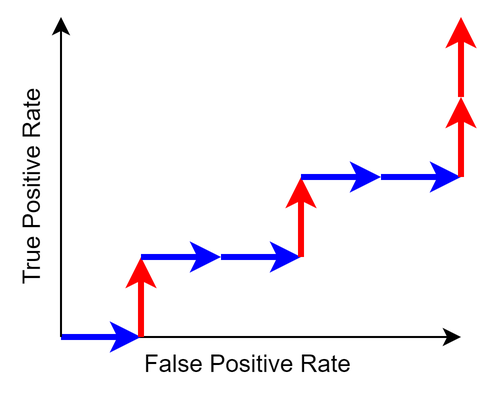
Earlier version of the draw.io export roc.drawio.png (pyhub01/Chapter-3-Illustrations). Source tidied: cells renumbered, new cells last; positions are measured from the earlier drawing's top-left corner, leaving out a move shared by most shapes. Its diagram source:
```xml
<mxGraphModel>
  <root>
    <mxCell id="0" />
    <mxCell id="1" parent="0" />
    <mxCell id="2" style="endArrow=classic;html=1;rounded=0;strokeColor=#000000;" parent="1" edge="1">
      <mxGeometry relative="1" as="geometry">
        <mxPoint x="70" y="160" as="sourcePoint" />
        <mxPoint x="270" y="160" as="targetPoint" />
      </mxGeometry>
    </mxCell>
    <mxCell id="3" style="endArrow=classic;html=1;rounded=0;fillColor=#008a00;strokeColor=#0000FF;strokeWidth=3;" parent="1" edge="1">
      <mxGeometry relative="1" as="geometry">
        <mxPoint x="70" y="160" as="sourcePoint" />
        <mxPoint x="110" y="160" as="targetPoint" />
      </mxGeometry>
    </mxCell>
    <mxCell id="4" style="endArrow=classic;html=1;rounded=0;strokeColor=#FF0000;strokeWidth=3;" parent="1" edge="1">
      <mxGeometry relative="1" as="geometry">
        <mxPoint x="110" y="160" as="sourcePoint" />
        <mxPoint x="110" y="120" as="targetPoint" />
      </mxGeometry>
    </mxCell>
    <mxCell id="5" style="endArrow=classic;html=1;rounded=0;fillColor=#008a00;strokeColor=#0000FF;strokeWidth=3;" parent="1" edge="1">
      <mxGeometry relative="1" as="geometry">
        <mxPoint x="110" y="120" as="sourcePoint" />
        <mxPoint x="150" y="120" as="targetPoint" />
      </mxGeometry>
    </mxCell>
    <mxCell id="6" style="endArrow=classic;html=1;rounded=0;fillColor=#008a00;strokeColor=#0000FF;strokeWidth=3;" parent="1" edge="1">
      <mxGeometry relative="1" as="geometry">
        <mxPoint x="150" y="120" as="sourcePoint" />
        <mxPoint x="190" y="120" as="targetPoint" />
      </mxGeometry>
    </mxCell>
    <mxCell id="7" style="endArrow=classic;html=1;rounded=0;strokeColor=#FF0000;strokeWidth=3;" parent="1" edge="1">
      <mxGeometry relative="1" as="geometry">
        <mxPoint x="190" y="120" as="sourcePoint" />
        <mxPoint x="190" y="80" as="targetPoint" />
      </mxGeometry>
    </mxCell>
    <mxCell id="8" style="endArrow=classic;html=1;rounded=0;fillColor=#008a00;strokeColor=#0000FF;strokeWidth=3;" parent="1" edge="1">
      <mxGeometry relative="1" as="geometry">
        <mxPoint x="190" y="80" as="sourcePoint" />
        <mxPoint x="230" y="80" as="targetPoint" />
      </mxGeometry>
    </mxCell>
    <mxCell id="9" style="endArrow=classic;html=1;rounded=0;fillColor=#008a00;strokeColor=#0000FF;strokeWidth=3;" parent="1" edge="1">
      <mxGeometry relative="1" as="geometry">
        <mxPoint x="230" y="80" as="sourcePoint" />
        <mxPoint x="270" y="80" as="targetPoint" />
      </mxGeometry>
    </mxCell>
    <mxCell id="10" style="endArrow=classic;html=1;rounded=0;strokeColor=#FF0000;strokeWidth=3;" parent="1" edge="1">
      <mxGeometry relative="1" as="geometry">
        <mxPoint x="270" y="80" as="sourcePoint" />
        <mxPoint x="270" y="40" as="targetPoint" />
      </mxGeometry>
    </mxCell>
    <mxCell id="11" style="endArrow=classic;html=1;rounded=0;strokeColor=#FF0000;strokeWidth=3;" parent="1" edge="1">
      <mxGeometry relative="1" as="geometry">
        <mxPoint x="270" y="40" as="sourcePoint" />
        <mxPoint x="270" as="targetPoint" />
      </mxGeometry>
    </mxCell>
    <mxCell id="12" style="endArrow=classic;html=1;rounded=0;strokeColor=#000000;" parent="1" edge="1">
      <mxGeometry relative="1" as="geometry">
        <mxPoint x="70" y="160" as="sourcePoint" />
        <mxPoint x="70" as="targetPoint" />
      </mxGeometry>
    </mxCell>
    <mxCell id="13" value="True Positive Rate" style="text;html=1;strokeColor=none;fillColor=none;align=center;verticalAlign=middle;whiteSpace=wrap;rounded=0;rotation=-90;" parent="1" vertex="1">
      <mxGeometry y="70" width="110" height="30" as="geometry" />
    </mxCell>
    <mxCell id="14" value="False Positive Rate" style="text;whiteSpace=wrap;html=1;" parent="1" vertex="1">
      <mxGeometry x="110" y="160" width="130" height="30" as="geometry" />
    </mxCell>
  </root>
</mxGraphModel>
```
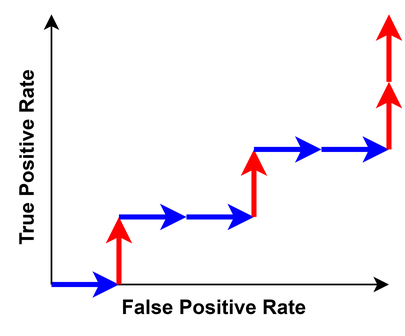
Above is the later version.

Diff of the diagram source:
```diff
@@ -68,10 +68,10 @@
         <mxPoint x="70" as="targetPoint" />
       </mxGeometry>
     </mxCell>
-    <mxCell id="13" value="True Positive Rate" style="text;html=1;strokeColor=none;fillColor=none;align=center;verticalAlign=middle;whiteSpace=wrap;rounded=0;rotation=-90;" parent="1" vertex="1">
+    <mxCell id="13" value="True Positive Rate" style="text;html=1;strokeColor=none;fillColor=none;align=center;verticalAlign=middle;whiteSpace=wrap;rounded=0;rotation=-90;fontStyle=1;" parent="1" vertex="1">
       <mxGeometry y="70" width="110" height="30" as="geometry" />
     </mxCell>
-    <mxCell id="14" value="False Positive Rate" style="text;whiteSpace=wrap;html=1;" parent="1" vertex="1">
+    <mxCell id="14" value="False Positive Rate" style="text;whiteSpace=wrap;html=1;fontStyle=1;" parent="1" vertex="1">
       <mxGeometry x="110" y="160" width="130" height="30" as="geometry" />
     </mxCell>
   </root>
```
